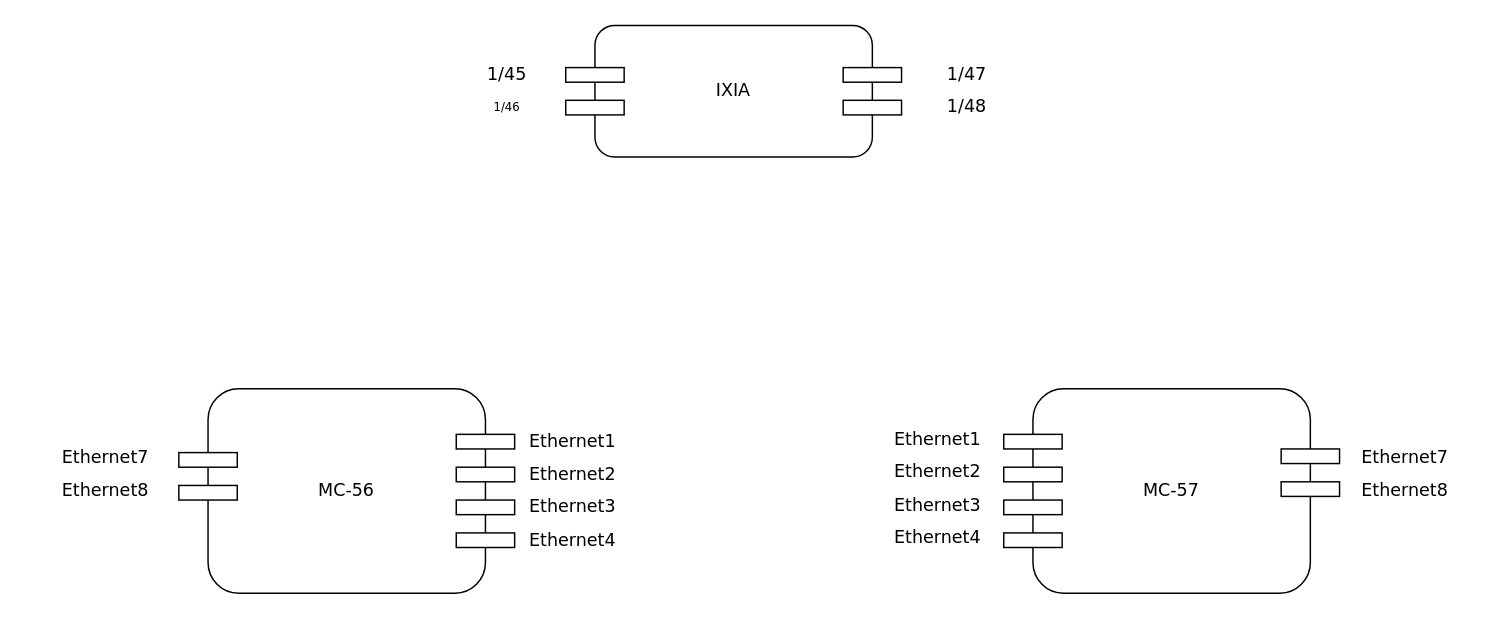
Before: 未命名绘图.drawio in hubblezzhu/frr_learning, a draw.io diagram. Source tidied: cells renumbered, new cells numbered last; positions are measured from the earlier drawing's top-left corner, leaving out a move shared by most shapes. Both pictures are drawn from the tidied source at 146%, with x=0, y=0 at pixel (54, 25).
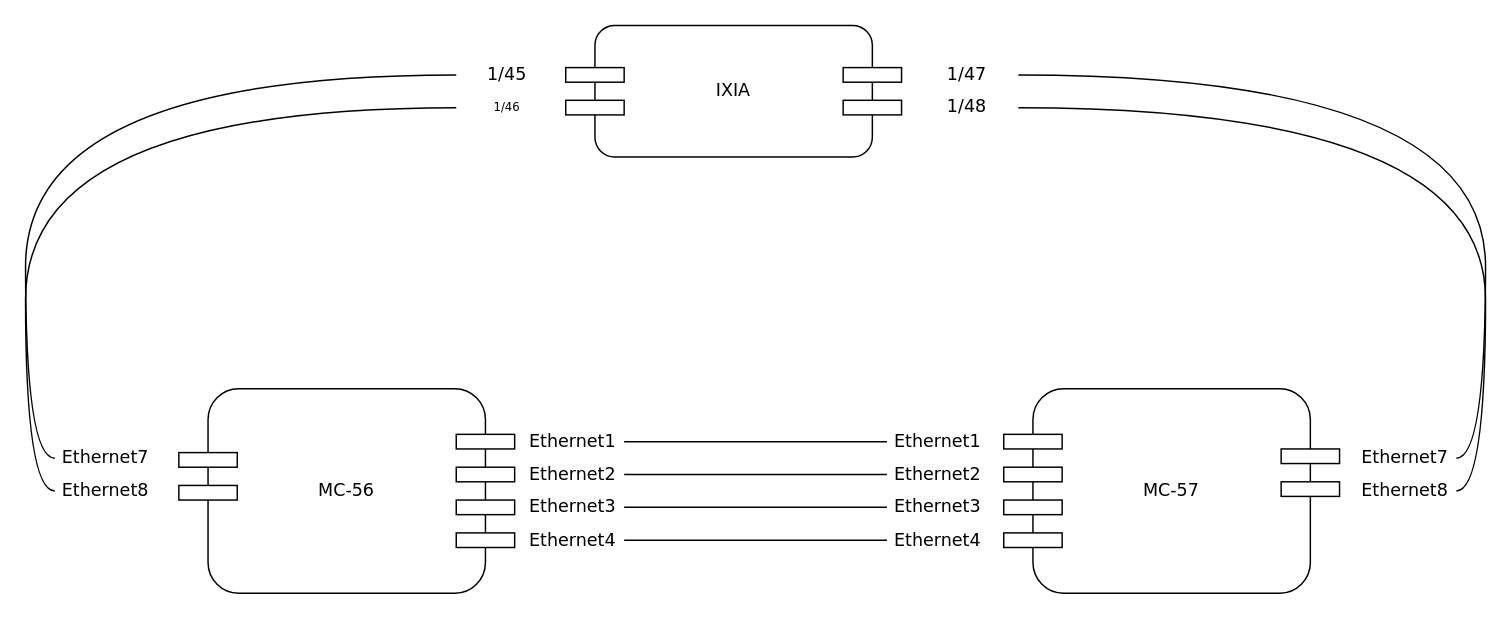
Above is the later version.

Commit message:
更新未命名绘图.drawio

Unchanged cells that the change refers to:
```xml
<mxCell id="21" value="&lt;font style=&quot;font-size: 12px;&quot;&gt;Ethernet1&lt;/font&gt;" style="text;html=1;strokeColor=none;fillColor=none;align=center;verticalAlign=middle;whiteSpace=wrap;rounded=0;fontFamily=Verdana;fontSize=8;" parent="1" vertex="1">
  <mxGeometry x="320" y="275.6" width="70" height="18.8" as="geometry" />
</mxCell>
<mxCell id="22" value="&lt;font style=&quot;font-size: 12px;&quot;&gt;Ethernet2&lt;/font&gt;" style="text;html=1;strokeColor=none;fillColor=none;align=center;verticalAlign=middle;whiteSpace=wrap;rounded=0;fontFamily=Verdana;fontSize=8;" parent="1" vertex="1">
  <mxGeometry x="320" y="298.1" width="70" height="18.8" as="geometry" />
</mxCell>
<mxCell id="23" value="&lt;font style=&quot;font-size: 12px;&quot;&gt;Ethernet3&lt;/font&gt;" style="text;html=1;strokeColor=none;fillColor=none;align=center;verticalAlign=middle;whiteSpace=wrap;rounded=0;fontFamily=Verdana;fontSize=8;" parent="1" vertex="1">
  <mxGeometry x="320" y="320.6" width="70" height="18.8" as="geometry" />
</mxCell>
<mxCell id="24" value="&lt;font style=&quot;font-size: 12px;&quot;&gt;Ethernet4&lt;/font&gt;" style="text;html=1;strokeColor=none;fillColor=none;align=center;verticalAlign=middle;whiteSpace=wrap;rounded=0;fontFamily=Verdana;fontSize=8;" parent="1" vertex="1">
  <mxGeometry x="320" y="343.1" width="70" height="18.8" as="geometry" />
</mxCell>
<mxCell id="29" value="&lt;font style=&quot;font-size: 12px;&quot;&gt;1/47&lt;/font&gt;" style="text;html=1;strokeColor=none;fillColor=none;align=center;verticalAlign=middle;whiteSpace=wrap;rounded=0;fontFamily=Verdana;fontSize=8;" parent="1" vertex="1">
  <mxGeometry x="590" y="24.4" width="70" height="18.8" as="geometry" />
</mxCell>
<mxCell id="30" value="&lt;font style=&quot;font-size: 12px;&quot;&gt;1/48&lt;/font&gt;" style="text;html=1;strokeColor=none;fillColor=none;align=center;verticalAlign=middle;whiteSpace=wrap;rounded=0;fontFamily=Verdana;fontSize=8;" parent="1" vertex="1">
  <mxGeometry x="590" y="46.9" width="70" height="18.8" as="geometry" />
</mxCell>
<mxCell id="31" value="&lt;font style=&quot;font-size: 12px;&quot;&gt;1/45&lt;/font&gt;" style="text;html=1;strokeColor=none;fillColor=none;align=center;verticalAlign=middle;whiteSpace=wrap;rounded=0;fontFamily=Verdana;fontSize=8;" parent="1" vertex="1">
  <mxGeometry x="275" y="24.4" width="70" height="18.8" as="geometry" />
</mxCell>
<mxCell id="32" value="1/46" style="text;html=1;strokeColor=none;fillColor=none;align=center;verticalAlign=middle;whiteSpace=wrap;rounded=0;fontFamily=Verdana;fontSize=8;" parent="1" vertex="1">
  <mxGeometry x="275" y="46.9" width="70" height="18.8" as="geometry" />
</mxCell>
<mxCell id="33" value="&lt;font style=&quot;font-size: 12px;&quot;&gt;Ethernet7&lt;/font&gt;" style="text;html=1;strokeColor=none;fillColor=none;align=center;verticalAlign=middle;whiteSpace=wrap;rounded=0;fontFamily=Verdana;fontSize=8;" parent="1" vertex="1">
  <mxGeometry y="286.9" width="70" height="18.8" as="geometry" />
</mxCell>
<mxCell id="34" value="&lt;font style=&quot;font-size: 12px;&quot;&gt;Ethernet8&lt;/font&gt;" style="text;html=1;strokeColor=none;fillColor=none;align=center;verticalAlign=middle;whiteSpace=wrap;rounded=0;fontFamily=Verdana;fontSize=8;" parent="1" vertex="1">
  <mxGeometry y="309.4" width="70" height="18.8" as="geometry" />
</mxCell>
<mxCell id="35" value="&lt;font style=&quot;font-size: 12px;&quot;&gt;Ethernet7&lt;/font&gt;" style="text;html=1;strokeColor=none;fillColor=none;align=center;verticalAlign=middle;whiteSpace=wrap;rounded=0;fontFamily=Verdana;fontSize=8;" parent="1" vertex="1">
  <mxGeometry x="890" y="286.9" width="70" height="18.8" as="geometry" />
</mxCell>
<mxCell id="36" value="&lt;font style=&quot;font-size: 12px;&quot;&gt;Ethernet8&lt;/font&gt;" style="text;html=1;strokeColor=none;fillColor=none;align=center;verticalAlign=middle;whiteSpace=wrap;rounded=0;fontFamily=Verdana;fontSize=8;" parent="1" vertex="1">
  <mxGeometry x="890" y="309.4" width="70" height="18.8" as="geometry" />
</mxCell>
```

Diff of the diagram source:
```diff
@@
+    <mxCell id="37" style="edgeStyle=orthogonalEdgeStyle;rounded=0;jettySize=auto;html=1;endArrow=none;endFill=0;" parent="1" edge="1" source="21" target="25">
+      <mxGeometry relative="1" as="geometry" />
+    </mxCell>
@@
+    <mxCell id="38" style="edgeStyle=orthogonalEdgeStyle;rounded=0;jettySize=auto;html=1;endArrow=none;endFill=0;" parent="1" edge="1" source="22" target="26">
+      <mxGeometry relative="1" as="geometry" />
+    </mxCell>
@@
+    <mxCell id="39" style="edgeStyle=orthogonalEdgeStyle;rounded=0;jettySize=auto;html=1;endArrow=none;endFill=0;" parent="1" edge="1" source="23" target="27">
+      <mxGeometry relative="1" as="geometry" />
+    </mxCell>
@@
+    <mxCell id="40" style="edgeStyle=orthogonalEdgeStyle;rounded=0;jettySize=auto;html=1;endArrow=none;endFill=0;" parent="1" edge="1" source="24" target="28">
+      <mxGeometry relative="1" as="geometry" />
+    </mxCell>
@@
     <mxCell id="25" value="&lt;font style=&quot;font-size: 12px;&quot;&gt;Ethernet1&lt;/font&gt;" style="text;html=1;strokeColor=none;fillColor=none;align=center;verticalAlign=middle;whiteSpace=wrap;rounded=0;fontFamily=Verdana;fontSize=8;" parent="1" vertex="1">
-      <mxGeometry x="570" y="274.4" width="70" height="18.8" as="geometry" />
+      <mxGeometry x="570" y="275.6" width="70" height="18.8" as="geometry" />
     </mxCell>
     <mxCell id="26" value="&lt;font style=&quot;font-size: 12px;&quot;&gt;Ethernet2&lt;/font&gt;" style="text;html=1;strokeColor=none;fillColor=none;align=center;verticalAlign=middle;whiteSpace=wrap;rounded=0;fontFamily=Verdana;fontSize=8;" parent="1" vertex="1">
-      <mxGeometry x="570" y="296.9" width="70" height="18.8" as="geometry" />
+      <mxGeometry x="570" y="298.1" width="70" height="18.8" as="geometry" />
     </mxCell>
     <mxCell id="27" value="&lt;font style=&quot;font-size: 12px;&quot;&gt;Ethernet3&lt;/font&gt;" style="text;html=1;strokeColor=none;fillColor=none;align=center;verticalAlign=middle;whiteSpace=wrap;rounded=0;fontFamily=Verdana;fontSize=8;" parent="1" vertex="1">
-      <mxGeometry x="570" y="319.4" width="70" height="18.8" as="geometry" />
+      <mxGeometry x="570" y="320.6" width="70" height="18.8" as="geometry" />
     </mxCell>
     <mxCell id="28" value="&lt;font style=&quot;font-size: 12px;&quot;&gt;Ethernet4&lt;/font&gt;" style="text;html=1;strokeColor=none;fillColor=none;align=center;verticalAlign=middle;whiteSpace=wrap;rounded=0;fontFamily=Verdana;fontSize=8;" parent="1" vertex="1">
-      <mxGeometry x="570" y="341.9" width="70" height="18.8" as="geometry" />
+      <mxGeometry x="570" y="343.1" width="70" height="18.8" as="geometry" />
     </mxCell>
+    <mxCell id="41" style="edgeStyle=orthogonalEdgeStyle;rounded=0;jettySize=auto;html=1;entryX=1;entryY=0.5;entryDx=0;entryDy=0;curved=1;endArrow=none;endFill=0;" parent="1" edge="1" source="29" target="35">
+      <mxGeometry relative="1" as="geometry" />
+    </mxCell>
@@
+    <mxCell id="42" style="edgeStyle=orthogonalEdgeStyle;rounded=0;jettySize=auto;html=1;entryX=1;entryY=0.5;entryDx=0;entryDy=0;curved=1;endArrow=none;endFill=0;" parent="1" edge="1" source="30" target="36">
+      <mxGeometry relative="1" as="geometry" />
+    </mxCell>
@@
+    <mxCell id="43" style="edgeStyle=orthogonalEdgeStyle;rounded=0;jettySize=auto;html=1;entryX=0;entryY=0.5;entryDx=0;entryDy=0;curved=1;endArrow=none;endFill=0;" parent="1" edge="1" source="31" target="33">
+      <mxGeometry relative="1" as="geometry" />
+    </mxCell>
@@
+    <mxCell id="44" style="edgeStyle=orthogonalEdgeStyle;rounded=0;jettySize=auto;html=1;entryX=0;entryY=0.5;entryDx=0;entryDy=0;curved=1;endArrow=none;endFill=0;" parent="1" edge="1" source="32" target="34">
+      <mxGeometry relative="1" as="geometry" />
+    </mxCell>
```
